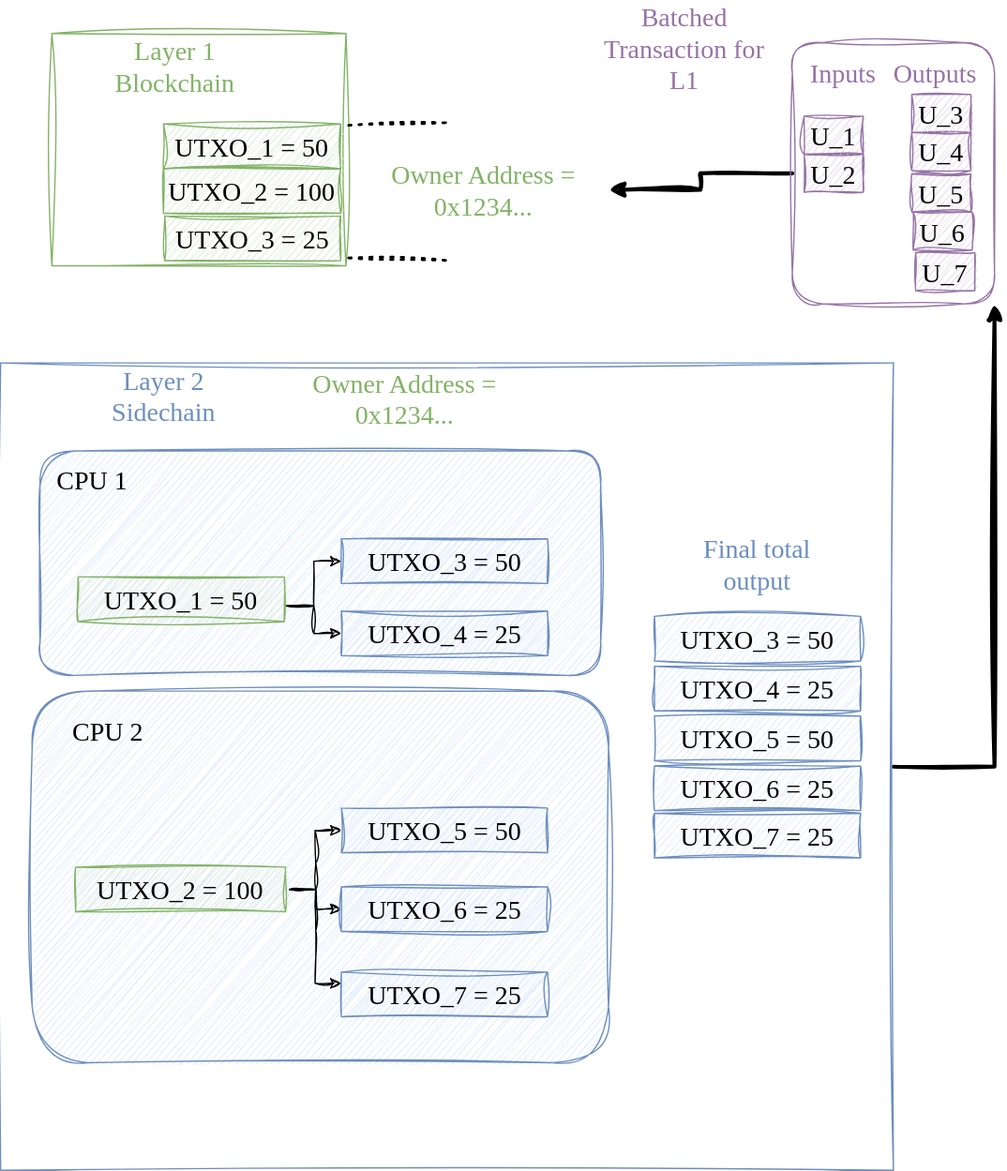
This is utxo_sidechains.svg from Off-Narrative-Labs/Substrate-Seminar-april-2023, a draw.io export, as it was before one commit. Source tidied: cells renumbered, new cells last; positions are measured from the earlier drawing's top-left corner, leaving out a move shared by most shapes.
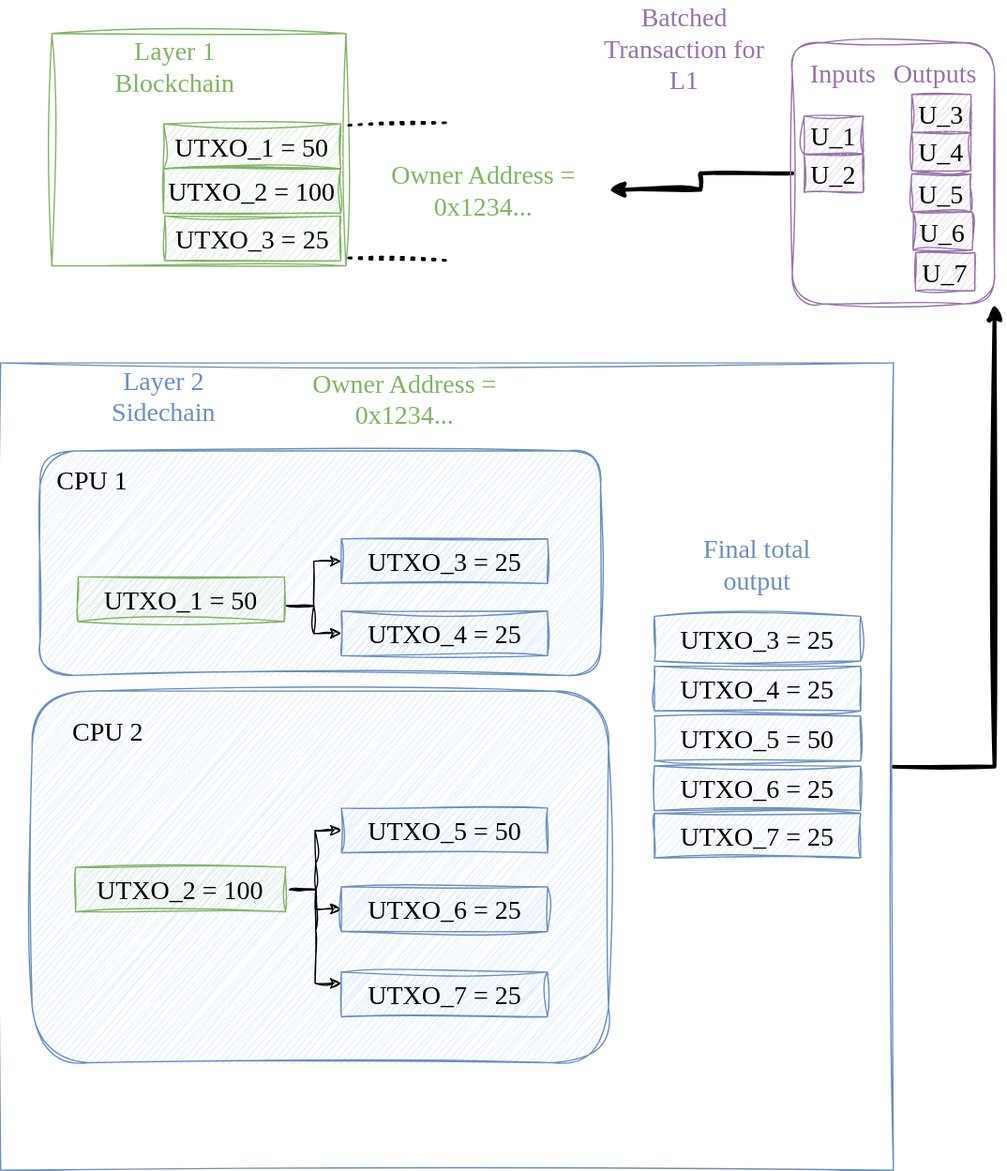
The same file after the commit.

Commit message:
Last minute issue resolved

Change to the diagram source:
```diff
@@ -78,7 +78,7 @@
     <mxCell id="21" value="UTXO_2 = 100" style="rounded=0;whiteSpace=wrap;html=1;sketch=1;hachureGap=4;jiggle=2;curveFitting=1;fontFamily=Architects Daughter;fontSource=https%3A%2F%2Ffonts.googleapis.com%2Fcss%3Ffamily%3DArchitects%2BDaughter;fontSize=20;fillColor=#d5e8d4;strokeColor=#82b366;" parent="11" vertex="1">
       <mxGeometry x="57" y="384" width="160" height="34" as="geometry" />
     </mxCell>
-    <mxCell id="22" value="UTXO_3 = 50" style="rounded=0;whiteSpace=wrap;html=1;sketch=1;hachureGap=4;jiggle=2;curveFitting=1;fontFamily=Architects Daughter;fontSource=https%3A%2F%2Ffonts.googleapis.com%2Fcss%3Ffamily%3DArchitects%2BDaughter;fontSize=20;fillColor=#dae8fc;strokeColor=#6c8ebf;" parent="11" vertex="1">
+    <mxCell id="22" value="UTXO_3 = 25" style="rounded=0;whiteSpace=wrap;html=1;sketch=1;hachureGap=4;jiggle=2;curveFitting=1;fontFamily=Architects Daughter;fontSource=https%3A%2F%2Ffonts.googleapis.com%2Fcss%3Ffamily%3DArchitects%2BDaughter;fontSize=20;fillColor=#dae8fc;strokeColor=#6c8ebf;" parent="11" vertex="1">
       <mxGeometry x="259.5" y="134" width="157" height="34" as="geometry" />
     </mxCell>
     <mxCell id="23" value="UTXO_4 = 25" style="rounded=0;whiteSpace=wrap;html=1;sketch=1;hachureGap=4;jiggle=2;curveFitting=1;fontFamily=Architects Daughter;fontSource=https%3A%2F%2Ffonts.googleapis.com%2Fcss%3Ffamily%3DArchitects%2BDaughter;fontSize=20;fillColor=#dae8fc;strokeColor=#6c8ebf;" parent="11" vertex="1">
@@ -99,7 +99,7 @@
     <mxCell id="28" value="CPU 2" style="text;html=1;strokeColor=none;fillColor=none;align=center;verticalAlign=middle;whiteSpace=wrap;rounded=0;fontSize=20;fontFamily=Architects Daughter;" parent="11" vertex="1">
       <mxGeometry x="52" y="265" width="60" height="30" as="geometry" />
     </mxCell>
-    <mxCell id="29" value="UTXO_3 = 50" style="rounded=0;whiteSpace=wrap;html=1;sketch=1;hachureGap=4;jiggle=2;curveFitting=1;fontFamily=Architects Daughter;fontSource=https%3A%2F%2Ffonts.googleapis.com%2Fcss%3Ffamily%3DArchitects%2BDaughter;fontSize=20;fillColor=#dae8fc;strokeColor=#6c8ebf;" parent="11" vertex="1">
+    <mxCell id="29" value="UTXO_3 = 25" style="rounded=0;whiteSpace=wrap;html=1;sketch=1;hachureGap=4;jiggle=2;curveFitting=1;fontFamily=Architects Daughter;fontSource=https%3A%2F%2Ffonts.googleapis.com%2Fcss%3Ffamily%3DArchitects%2BDaughter;fontSize=20;fillColor=#dae8fc;strokeColor=#6c8ebf;" parent="11" vertex="1">
       <mxGeometry x="498" y="193" width="157" height="34" as="geometry" />
     </mxCell>
     <mxCell id="30" value="&lt;font color=&quot;#82B366&quot;&gt;Owner Address = 0x1234...&lt;/font&gt;" style="text;html=1;strokeColor=none;fillColor=none;align=center;verticalAlign=middle;whiteSpace=wrap;rounded=0;fontSize=20;fontFamily=Architects Daughter;" parent="11" vertex="1">
```
